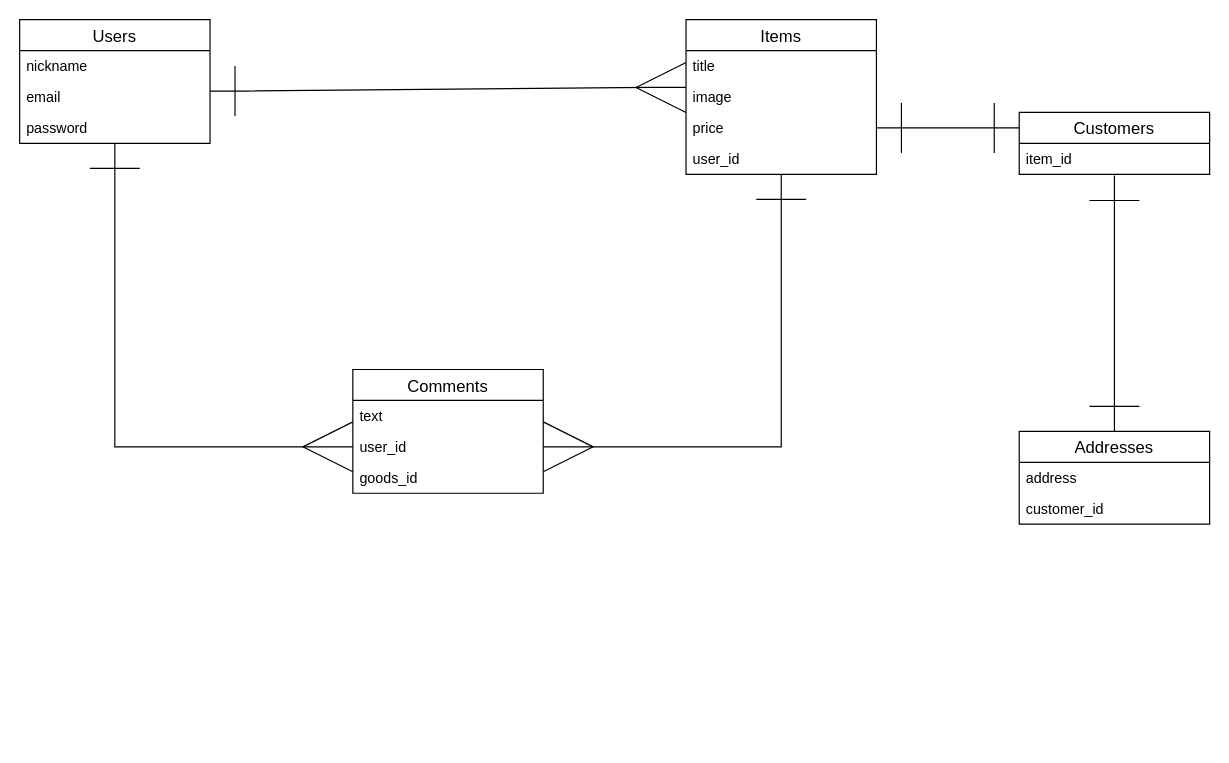
phyirome/furima-29228 keeps this draw.io diagram as config/ERD.drawio. Above is the earlier version. Source tidied: cells renumbered, new cells numbered last; positions are measured from the earlier drawing's top-left corner, leaving out a move shared by most shapes. Both pictures are drawn from the tidied source at 119%, with x=0, y=0 at pixel (19, 19).
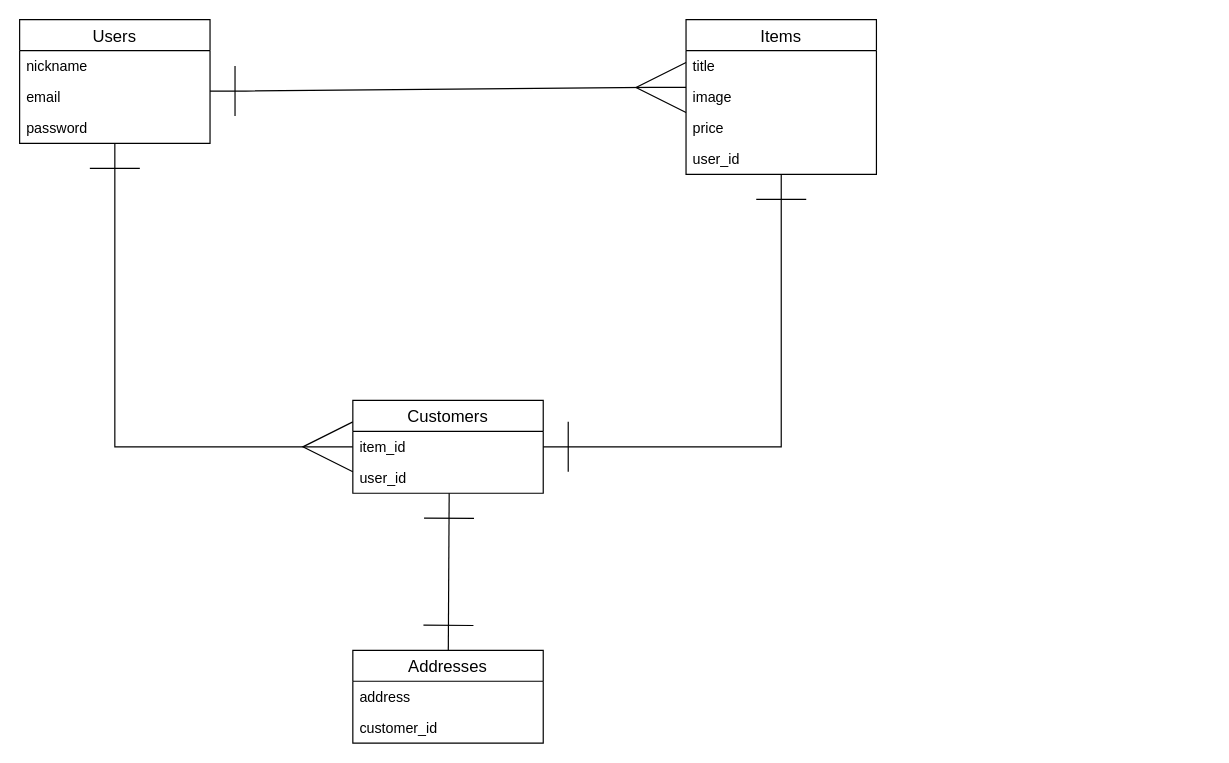
After the change.

Commit message (it also covers changes not shown here):
ER図とreadmeの修正1

Unchanged cells that the change refers to:
```xml
<mxCell id="5" value="password" style="text;strokeColor=none;fillColor=none;spacingLeft=4;spacingRight=4;overflow=hidden;points=[[0,0.5],[1,0.5]];portConstraint=eastwest;fontSize=12;" parent="2" vertex="1">
  <mxGeometry y="78" width="160" height="26" as="geometry" />
</mxCell>
<mxCell id="9" value="price" style="text;strokeColor=none;fillColor=none;spacingLeft=4;spacingRight=4;overflow=hidden;points=[[0,0.5],[1,0.5]];portConstraint=eastwest;fontSize=12;" parent="6" vertex="1">
  <mxGeometry y="78" width="160" height="26" as="geometry" />
</mxCell>
<mxCell id="10" value="user_id" style="text;strokeColor=none;fillColor=none;spacingLeft=4;spacingRight=4;overflow=hidden;points=[[0,0.5],[1,0.5]];portConstraint=eastwest;fontSize=12;" parent="6" vertex="1">
  <mxGeometry y="104" width="160" height="26" as="geometry" />
</mxCell>
<mxCell id="24" value="item_id" style="text;strokeColor=none;fillColor=none;spacingLeft=4;spacingRight=4;overflow=hidden;points=[[0,0.5],[1,0.5]];portConstraint=eastwest;fontSize=12;" parent="23" vertex="1">
  <mxGeometry y="26" width="160" height="26" as="geometry" />
</mxCell>
```

Diff of the diagram source:
```diff
@@
-    <mxCell id="11" value="Comments" style="swimlane;fontStyle=0;horizontal=1;startSize=26;align=center;fontSize=14;" parent="1" vertex="1">
-      <mxGeometry x="280" y="294" width="160" height="104" as="geometry" />
-    </mxCell>
-    <mxCell id="12" value="text" style="text;strokeColor=none;fillColor=none;spacingLeft=4;spacingRight=4;overflow=hidden;fontSize=12;" parent="11" vertex="1">
-      <mxGeometry y="26" width="160" height="26" as="geometry" />
-    </mxCell>
-    <mxCell id="13" value="user_id" style="text;strokeColor=none;fillColor=none;spacingLeft=4;spacingRight=4;overflow=hidden;points=[[0,0.5],[1,0.5]];portConstraint=eastwest;fontSize=12;" parent="11" vertex="1">
-      <mxGeometry y="52" width="160" height="26" as="geometry" />
-    </mxCell>
-    <mxCell id="14" value="goods_id" style="text;strokeColor=none;fillColor=none;spacingLeft=4;spacingRight=4;overflow=hidden;fontSize=12;" parent="11" vertex="1">
-      <mxGeometry y="78" width="160" height="26" as="geometry" />
-    </mxCell>
@@
-    <mxCell id="16" style="edgeStyle=none;rounded=0;jettySize=auto;html=1;entryX=1;entryY=0.5;entryDx=0;entryDy=0;endArrow=ERmany;endFill=0;endSize=40;startArrow=ERone;startFill=0;startSize=40;" parent="1" edge="1" source="10" target="13">
+    <mxCell id="16" style="edgeStyle=none;rounded=0;jettySize=auto;html=1;entryX=1;entryY=0.5;entryDx=0;entryDy=0;endArrow=ERone;endFill=0;endSize=40;startArrow=ERone;startFill=0;startSize=40;" parent="1" edge="1" source="10">
       <mxGeometry relative="1" as="geometry">
+        <mxPoint x="440" y="359" as="targetPoint" />
         <Array as="points">
           <mxPoint x="640" y="359" />
         </Array>
       </mxGeometry>
     </mxCell>
-    <mxCell id="17" style="edgeStyle=none;rounded=0;jettySize=auto;html=1;exitX=0;exitY=0.5;exitDx=0;exitDy=0;endArrow=ERone;endFill=0;endSize=40;startSize=40;startArrow=ERmany;startFill=0;" parent="1" edge="1" source="13" target="5">
+    <mxCell id="17" style="edgeStyle=none;rounded=0;jettySize=auto;html=1;exitX=0;exitY=0.5;exitDx=0;exitDy=0;endArrow=ERone;endFill=0;endSize=40;startSize=40;startArrow=ERmany;startFill=0;" parent="1" edge="1" target="5">
       <mxGeometry relative="1" as="geometry">
+        <mxPoint x="280" y="359" as="sourcePoint" />
         <Array as="points">
           <mxPoint x="80" y="359" />
         </Array>
       </mxGeometry>
     </mxCell>
-    <mxCell id="18" style="edgeStyle=none;rounded=0;jettySize=auto;html=1;startArrow=ERone;startFill=0;startSize=40;endArrow=ERone;endFill=0;endSize=40;strokeWidth=1;entryX=0.5;entryY=1.038;entryDx=0;entryDy=0;entryPerimeter=0;" parent="1" edge="1" source="19" target="24">
+    <mxCell id="18" style="edgeStyle=none;rounded=0;jettySize=auto;html=1;startArrow=ERone;startFill=0;startSize=40;endArrow=ERone;endFill=0;endSize=40;strokeWidth=1;entryX=0.506;entryY=1;entryDx=0;entryDy=0;entryPerimeter=0;" parent="1" edge="1" source="19" target="13">
       <mxGeometry relative="1" as="geometry" />
     </mxCell>
     <mxCell id="19" value="Addresses" style="swimlane;fontStyle=0;horizontal=1;startSize=26;align=center;fontSize=14;" parent="1" vertex="1">
-      <mxGeometry x="840" y="346" width="160" height="78" as="geometry" />
+      <mxGeometry x="280" y="530" width="160" height="78" as="geometry" />
     </mxCell>
@@
-    <mxCell id="22" style="edgeStyle=none;rounded=0;jettySize=auto;html=1;exitX=1;exitY=0.5;exitDx=0;exitDy=0;startArrow=ERone;startFill=0;startSize=40;endArrow=ERone;endFill=0;endSize=40;strokeWidth=1;" parent="1" edge="1" source="9">
-      <mxGeometry relative="1" as="geometry">
-        <mxPoint x="840" y="91" as="targetPoint" />
-      </mxGeometry>
-    </mxCell>
     <mxCell id="23" value="Customers" style="swimlane;fontStyle=0;horizontal=1;startSize=26;align=center;fontSize=14;" parent="1" vertex="1">
-      <mxGeometry x="840" y="78" width="160" height="52" as="geometry" />
+      <mxGeometry x="280" y="320" width="160" height="78" as="geometry" />
     </mxCell>
@@
+    <mxCell id="13" value="user_id" style="text;strokeColor=none;fillColor=none;spacingLeft=4;spacingRight=4;overflow=hidden;points=[[0,0.5],[1,0.5]];portConstraint=eastwest;fontSize=12;" parent="23" vertex="1">
+      <mxGeometry y="52" width="160" height="26" as="geometry" />
+    </mxCell>
```
